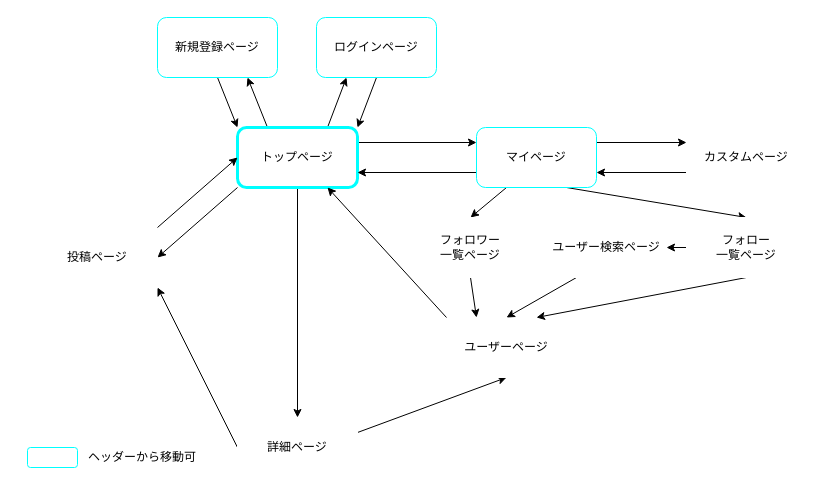
IseUtoshi/YURUBO keeps this draw.io diagram as 画面遷移図.dio. Above is the earlier version. Source tidied: cells renumbered, new cells numbered last; positions are measured from the earlier drawing's top-left corner, leaving out a move shared by most shapes. Both pictures are drawn from the tidied source at 100%, with x=0, y=0 at pixel (17, 17).
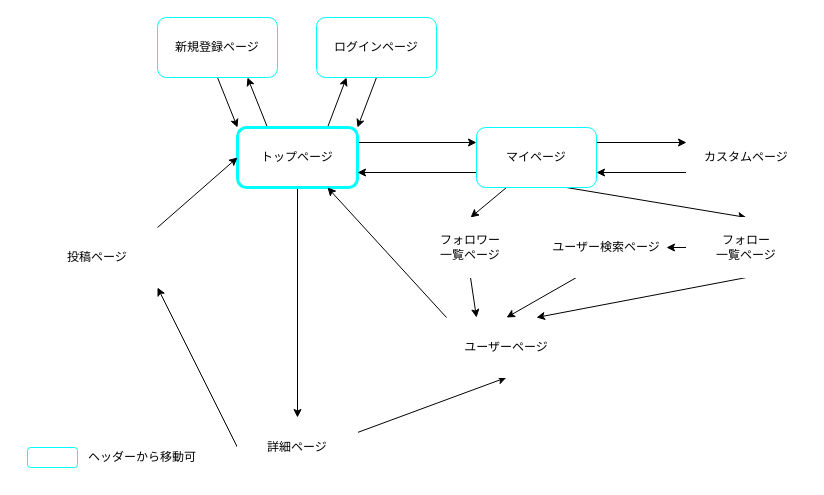
After the change.

The change refers to these unchanged cells:
```xml
<mxCell id="7" value="トップページ" style="rounded=1;whiteSpace=wrap;html=1;strokeWidth=3;strokeColor=#00FFFF;" parent="1" vertex="1">
  <mxGeometry x="220" y="110" width="120" height="60" as="geometry" />
</mxCell>
<mxCell id="21" value="投稿ページ" style="rounded=1;whiteSpace=wrap;html=1;strokeColor=#FFFFFF;strokeWidth=1;" parent="1" vertex="1">
  <mxGeometry x="20" y="210" width="120" height="60" as="geometry" />
</mxCell>
```

Diff of the diagram source:
```diff
@@
-    <mxCell id="5" style="edgeStyle=none;html=1;exitX=0;exitY=1;exitDx=0;exitDy=0;entryX=1;entryY=0.5;entryDx=0;entryDy=0;" parent="1" edge="1" source="7" target="21">
-      <mxGeometry relative="1" as="geometry" />
-    </mxCell>
```
